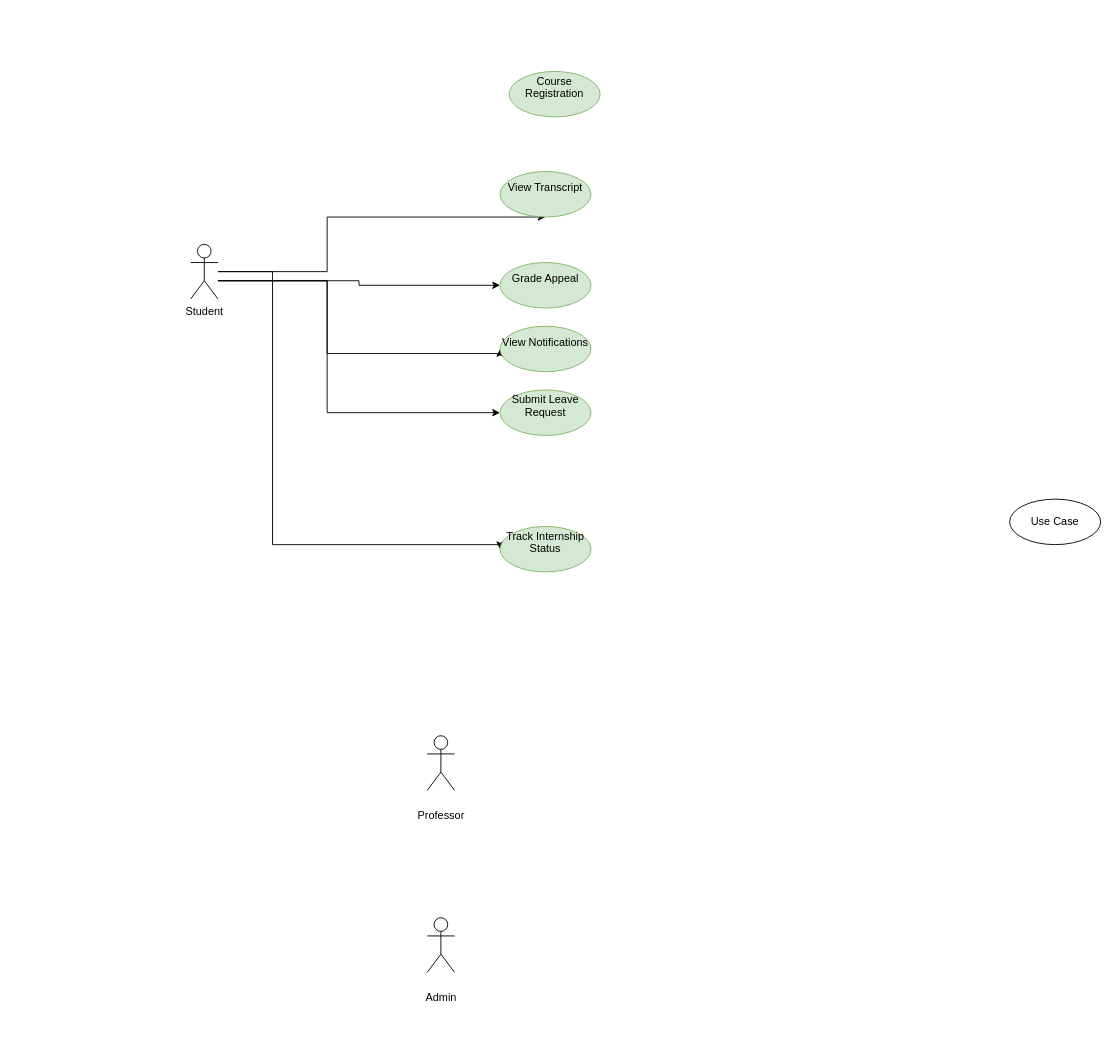
The draw.io diagram Untitled Diagram.drawio in mpxsam/DirectoryLister, before the edit. Source tidied: cells renumbered, new cells numbered last; positions are measured from the earlier drawing's top-left corner, leaving out a move shared by most shapes. Both pictures are drawn from the tidied source at 91%, with x=0, y=0 at pixel (190, 71).
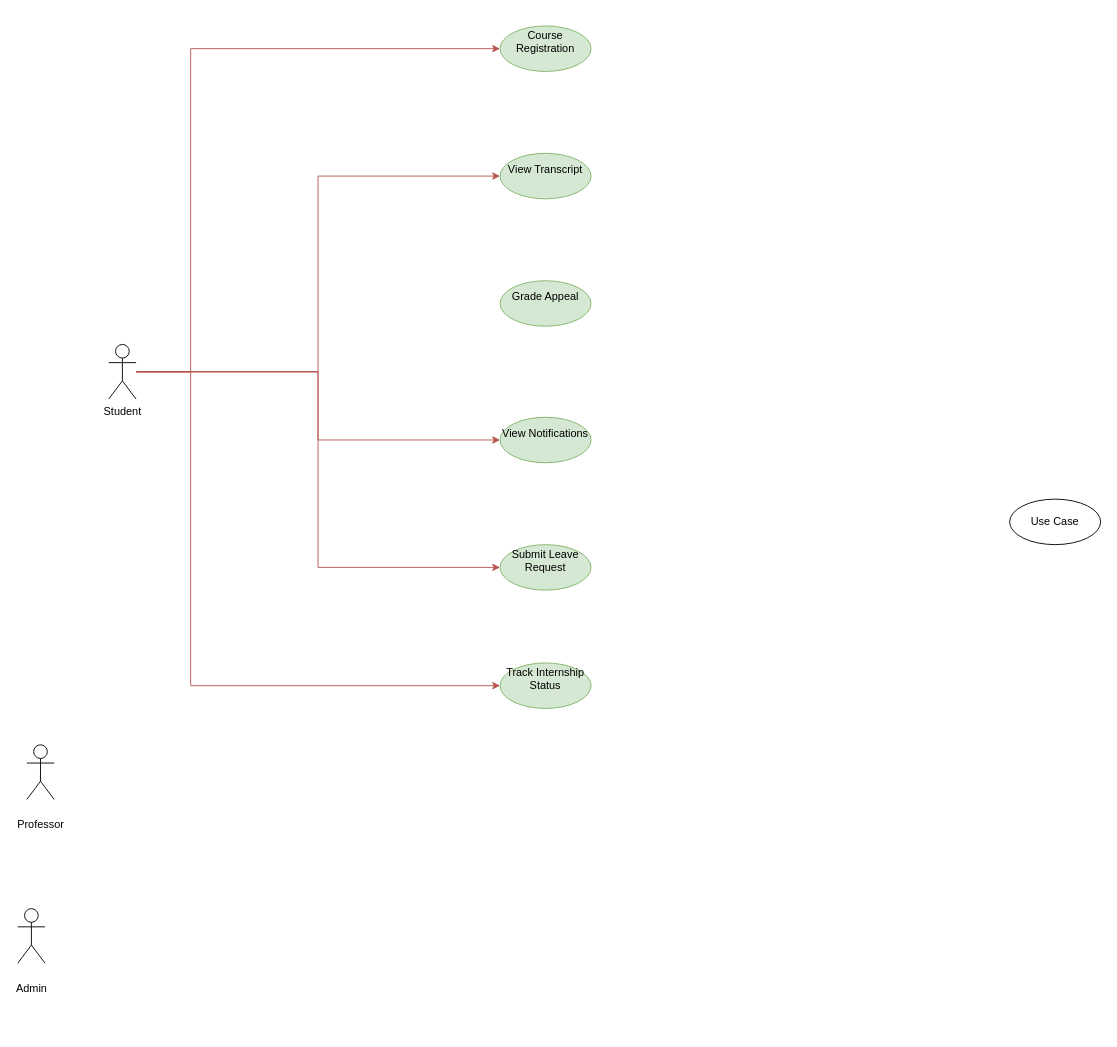
The same diagram, later.

Diff of the diagram source:
```diff
@@
+    <mxCell id="17" style="edgeStyle=orthogonalEdgeStyle;rounded=0;jettySize=auto;html=1;entryX=0;entryY=0.5;entryDx=0;entryDy=0;fillColor=#f8cecc;strokeColor=#b85450;" parent="1" edge="1" source="7" target="10">
+      <mxGeometry relative="1" as="geometry">
+        <Array as="points">
+          <mxPoint y="330" />
+          <mxPoint y="-25" />
+        </Array>
+      </mxGeometry>
+    </mxCell>
-    <mxCell id="2" style="edgeStyle=orthogonalEdgeStyle;rounded=0;jettySize=auto;html=1;" parent="1" edge="1" source="7" target="11">
-      <mxGeometry relative="1" as="geometry">
-        <Array as="points">
-          <mxPoint x="150" y="220" />
-          <mxPoint x="150" y="160" />
-        </Array>
-      </mxGeometry>
+    <mxCell id="2" style="edgeStyle=orthogonalEdgeStyle;rounded=0;jettySize=auto;html=1;entryX=0;entryY=0.5;entryDx=0;entryDy=0;fillColor=#f8cecc;strokeColor=#b85450;" parent="1" edge="1" source="7" target="11">
+      <mxGeometry relative="1" as="geometry" />
     </mxCell>
-    <mxCell id="3" style="edgeStyle=orthogonalEdgeStyle;rounded=0;jettySize=auto;html=1;" parent="1" edge="1" source="7" target="12">
-      <mxGeometry relative="1" as="geometry">
-        <Array as="points">
-          <mxPoint x="185" y="230" />
-          <mxPoint x="185" y="235" />
-        </Array>
-      </mxGeometry>
-    </mxCell>
-    <mxCell id="4" style="edgeStyle=orthogonalEdgeStyle;rounded=0;jettySize=auto;html=1;entryX=0;entryY=0.5;entryDx=0;entryDy=0;" parent="1" edge="1" source="7" target="13">
-      <mxGeometry relative="1" as="geometry">
-        <Array as="points">
-          <mxPoint x="150" y="230" />
-          <mxPoint x="150" y="310" />
-          <mxPoint x="340" y="310" />
-        </Array>
-      </mxGeometry>
+    <mxCell id="4" style="edgeStyle=orthogonalEdgeStyle;rounded=0;jettySize=auto;html=1;entryX=0;entryY=0.5;entryDx=0;entryDy=0;fillColor=#f8cecc;strokeColor=#b85450;" parent="1" edge="1" source="7" target="13">
+      <mxGeometry relative="1" as="geometry" />
     </mxCell>
+    <mxCell id="6" style="edgeStyle=orthogonalEdgeStyle;rounded=0;jettySize=auto;html=1;entryX=0;entryY=0.5;entryDx=0;entryDy=0;fillColor=#f8cecc;strokeColor=#b85450;" parent="1" edge="1" source="7" target="14">
+      <mxGeometry relative="1" as="geometry" />
+    </mxCell>
-    <mxCell id="5" style="edgeStyle=orthogonalEdgeStyle;rounded=0;jettySize=auto;html=1;entryX=0;entryY=0.5;entryDx=0;entryDy=0;" parent="1" edge="1" source="7" target="15">
+    <mxCell id="5" style="edgeStyle=orthogonalEdgeStyle;rounded=0;jettySize=auto;html=1;entryX=0;entryY=0.5;entryDx=0;entryDy=0;fillColor=#f8cecc;strokeColor=#b85450;" parent="1" edge="1" source="7" target="15">
       <mxGeometry relative="1" as="geometry">
         <Array as="points">
-          <mxPoint x="90" y="220" />
-          <mxPoint x="90" y="520" />
-          <mxPoint x="340" y="520" />
+          <mxPoint y="330" />
+          <mxPoint y="675" />
         </Array>
       </mxGeometry>
     </mxCell>
-    <mxCell id="6" style="edgeStyle=orthogonalEdgeStyle;rounded=0;jettySize=auto;html=1;entryX=0;entryY=0.5;entryDx=0;entryDy=0;" parent="1" edge="1" source="7" target="14">
-      <mxGeometry relative="1" as="geometry">
-        <Array as="points">
-          <mxPoint x="150" y="230" />
-          <mxPoint x="150" y="375" />
-        </Array>
-      </mxGeometry>
-    </mxCell>
     <mxCell id="7" value="Student" style="shape=umlActor;verticalLabelPosition=bottom;verticalAlign=top;html=1;" parent="1" vertex="1">
-      <mxGeometry y="190" width="30" height="60" as="geometry" />
+      <mxGeometry x="-90" y="300" width="30" height="60" as="geometry" />
     </mxCell>
     <mxCell id="8" value="&#10;Professor&#10;&#10;" style="shape=umlActor;verticalLabelPosition=bottom;verticalAlign=top;html=1;" parent="1" vertex="1">
-      <mxGeometry x="260" y="730" width="30" height="60" as="geometry" />
+      <mxGeometry x="-180" y="740" width="30" height="60" as="geometry" />
     </mxCell>
     <mxCell id="9" value="&#10;Admin&#10;&#10;" style="shape=umlActor;verticalLabelPosition=bottom;verticalAlign=top;html=1;" parent="1" vertex="1">
-      <mxGeometry x="260" y="930" width="30" height="60" as="geometry" />
+      <mxGeometry x="-190" y="920" width="30" height="60" as="geometry" />
     </mxCell>
     <mxCell id="10" value="&#10;Course Registration&#10;&#10;" style="ellipse;whiteSpace=wrap;html=1;fillColor=#d5e8d4;strokeColor=#82b366;" parent="1" vertex="1">
-      <mxGeometry x="350" width="100" height="50" as="geometry" />
+      <mxGeometry x="340" y="-50" width="100" height="50" as="geometry" />
     </mxCell>
     <mxCell id="11" value="&#10;View Transcript&#10;&#10;" style="ellipse;whiteSpace=wrap;html=1;fillColor=#d5e8d4;strokeColor=#82b366;" parent="1" vertex="1">
-      <mxGeometry x="340" y="110" width="100" height="50" as="geometry" />
+      <mxGeometry x="340" y="90" width="100" height="50" as="geometry" />
     </mxCell>
     <mxCell id="12" value="&#10;Grade Appeal&#10;&#10;" style="ellipse;whiteSpace=wrap;html=1;fillColor=#d5e8d4;strokeColor=#82b366;" parent="1" vertex="1">
-      <mxGeometry x="340" y="210" width="100" height="50" as="geometry" />
+      <mxGeometry x="340" y="230" width="100" height="50" as="geometry" />
     </mxCell>
     <mxCell id="13" value="&#10;View Notifications&#10;&#10;" style="ellipse;whiteSpace=wrap;html=1;fillColor=#d5e8d4;strokeColor=#82b366;" parent="1" vertex="1">
-      <mxGeometry x="340" y="280" width="100" height="50" as="geometry" />
+      <mxGeometry x="340" y="380" width="100" height="50" as="geometry" />
     </mxCell>
     <mxCell id="14" value="&#10;Submit Leave Request&#10;&#10;" style="ellipse;whiteSpace=wrap;html=1;fillColor=#d5e8d4;strokeColor=#82b366;" parent="1" vertex="1">
-      <mxGeometry x="340" y="350" width="100" height="50" as="geometry" />
+      <mxGeometry x="340" y="520" width="100" height="50" as="geometry" />
     </mxCell>
     <mxCell id="15" value="&#10;Track Internship Status&#10;&#10;" style="ellipse;whiteSpace=wrap;html=1;fillColor=#d5e8d4;strokeColor=#82b366;" parent="1" vertex="1">
-      <mxGeometry x="340" y="500" width="100" height="50" as="geometry" />
+      <mxGeometry x="340" y="650" width="100" height="50" as="geometry" />
     </mxCell>
```
